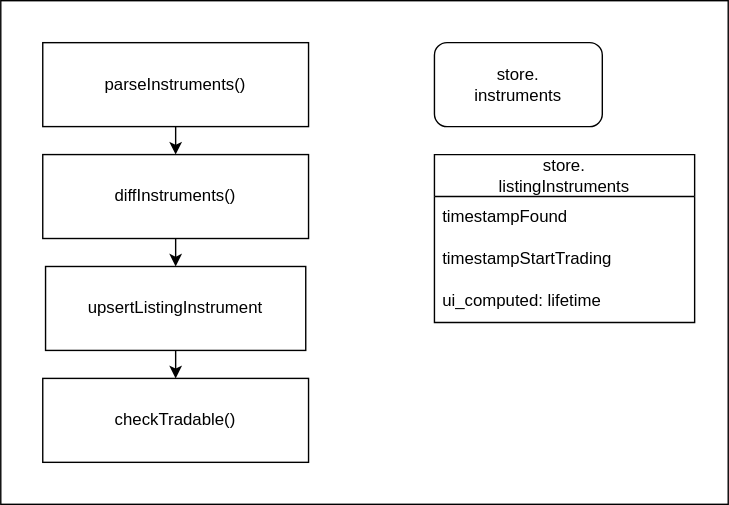
This is src/signals/newListing/newListing.drawio.svg from suenot/intuition7, a draw.io export, as it was before one commit. Source tidied: cells renumbered, new cells last; positions are measured from the earlier drawing's top-left corner, leaving out a move shared by most shapes. The source it was exported from:
```xml
<mxGraphModel>
  <root>
    <mxCell id="0" />
    <mxCell id="1" parent="0" />
    <mxCell id="2" style="whiteSpace=wrap;html=1;" parent="1" vertex="1">
      <mxGeometry width="520" height="360" as="geometry" />
    </mxCell>
    <mxCell id="3" style="edgeStyle=none;html=1;exitX=0.5;exitY=1;exitDx=0;exitDy=0;entryX=0.5;entryY=0;entryDx=0;entryDy=0;" parent="1" edge="1" source="4" target="7">
      <mxGeometry relative="1" as="geometry" />
    </mxCell>
    <mxCell id="4" value="parseInstruments()" style="rounded=0;whiteSpace=wrap;html=1;" parent="1" vertex="1">
      <mxGeometry x="30" y="30" width="190" height="60" as="geometry" />
    </mxCell>
    <mxCell id="5" value="store.&lt;br&gt;instruments" style="rounded=1;whiteSpace=wrap;html=1;" parent="1" vertex="1">
      <mxGeometry x="310" y="30" width="120" height="60" as="geometry" />
    </mxCell>
    <mxCell id="6" style="edgeStyle=none;html=1;exitX=0.5;exitY=1;exitDx=0;exitDy=0;entryX=0.5;entryY=0;entryDx=0;entryDy=0;" parent="1" edge="1" source="7" target="9">
      <mxGeometry relative="1" as="geometry" />
    </mxCell>
    <mxCell id="7" value="diffInstruments()" style="rounded=0;whiteSpace=wrap;html=1;" parent="1" vertex="1">
      <mxGeometry x="30" y="110" width="190" height="60" as="geometry" />
    </mxCell>
    <mxCell id="8" style="edgeStyle=none;html=1;exitX=0.5;exitY=1;exitDx=0;exitDy=0;entryX=0.5;entryY=0;entryDx=0;entryDy=0;" parent="1" edge="1" source="9" target="10">
      <mxGeometry relative="1" as="geometry" />
    </mxCell>
    <mxCell id="9" value="upsertListingInstrument" style="rounded=0;whiteSpace=wrap;html=1;" parent="1" vertex="1">
      <mxGeometry x="32" y="190" width="186" height="60" as="geometry" />
    </mxCell>
    <mxCell id="10" value="checkTradable()" style="rounded=0;whiteSpace=wrap;html=1;" parent="1" vertex="1">
      <mxGeometry x="30" y="270" width="190" height="60" as="geometry" />
    </mxCell>
    <mxCell id="11" value="store.&lt;br style=&quot;border-color: var(--border-color);&quot;&gt;listingInstruments" style="swimlane;fontStyle=0;horizontal=1;startSize=30;whiteSpace=wrap;html=1;" parent="1" vertex="1">
      <mxGeometry x="310" y="110" width="186" height="120" as="geometry" />
    </mxCell>
    <mxCell id="12" value="timestampFound" style="text;strokeColor=none;fillColor=none;align=left;verticalAlign=middle;spacingLeft=4;spacingRight=4;overflow=hidden;whiteSpace=wrap;html=1;" parent="11" vertex="1">
      <mxGeometry y="30" width="186" height="30" as="geometry" />
    </mxCell>
    <mxCell id="13" value="timestampStartTrading" style="text;strokeColor=none;fillColor=none;align=left;verticalAlign=middle;spacingLeft=4;spacingRight=4;overflow=hidden;whiteSpace=wrap;html=1;" parent="11" vertex="1">
      <mxGeometry y="60" width="186" height="30" as="geometry" />
    </mxCell>
    <mxCell id="14" value="ui_computed: lifetime" style="text;strokeColor=none;fillColor=none;align=left;verticalAlign=middle;spacingLeft=4;spacingRight=4;overflow=hidden;whiteSpace=wrap;html=1;" parent="11" vertex="1">
      <mxGeometry y="90" width="186" height="30" as="geometry" />
    </mxCell>
  </root>
</mxGraphModel>
```
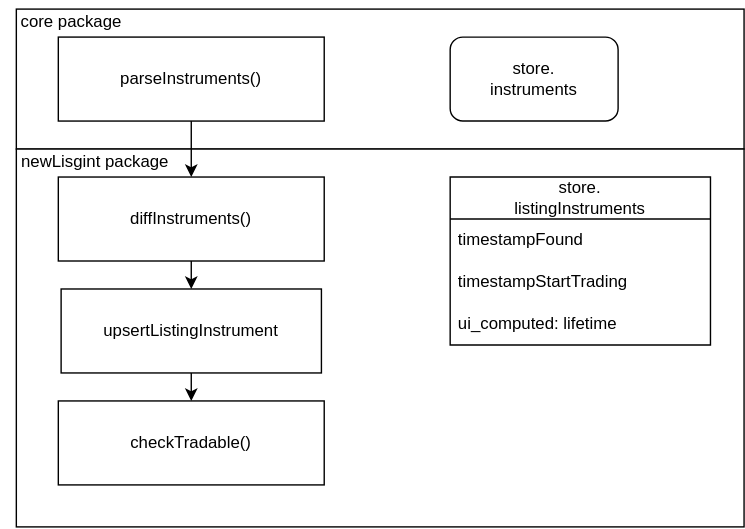
Later version of the same file.

Commit message:
Add new files for signals related to arbitrage and new listing

Change to the diagram source:
```diff
@@ -2,17 +2,20 @@
   <root>
     <mxCell id="0" />
     <mxCell id="1" parent="0" />
+    <mxCell id="15" style="whiteSpace=wrap;html=1;" parent="1" vertex="1">
+      <mxGeometry y="-10" width="520" height="100" as="geometry" />
+    </mxCell>
     <mxCell id="2" style="whiteSpace=wrap;html=1;" parent="1" vertex="1">
-      <mxGeometry width="520" height="360" as="geometry" />
+      <mxGeometry y="90" width="520" height="270" as="geometry" />
     </mxCell>
     <mxCell id="3" style="edgeStyle=none;html=1;exitX=0.5;exitY=1;exitDx=0;exitDy=0;entryX=0.5;entryY=0;entryDx=0;entryDy=0;" parent="1" edge="1" source="4" target="7">
       <mxGeometry relative="1" as="geometry" />
     </mxCell>
     <mxCell id="4" value="parseInstruments()" style="rounded=0;whiteSpace=wrap;html=1;" parent="1" vertex="1">
-      <mxGeometry x="30" y="30" width="190" height="60" as="geometry" />
+      <mxGeometry x="30" y="10" width="190" height="60" as="geometry" />
     </mxCell>
     <mxCell id="5" value="store.&lt;br&gt;instruments" style="rounded=1;whiteSpace=wrap;html=1;" parent="1" vertex="1">
-      <mxGeometry x="310" y="30" width="120" height="60" as="geometry" />
+      <mxGeometry x="310" y="10" width="120" height="60" as="geometry" />
     </mxCell>
     <mxCell id="6" style="edgeStyle=none;html=1;exitX=0.5;exitY=1;exitDx=0;exitDy=0;entryX=0.5;entryY=0;entryDx=0;entryDy=0;" parent="1" edge="1" source="7" target="9">
       <mxGeometry relative="1" as="geometry" />
@@ -41,5 +44,11 @@
     <mxCell id="14" value="ui_computed: lifetime" style="text;strokeColor=none;fillColor=none;align=left;verticalAlign=middle;spacingLeft=4;spacingRight=4;overflow=hidden;whiteSpace=wrap;html=1;" parent="11" vertex="1">
       <mxGeometry y="90" width="186" height="30" as="geometry" />
     </mxCell>
+    <mxCell id="16" value="core package" style="text;html=1;align=center;verticalAlign=middle;strokeColor=none;fillColor=none;" parent="1" vertex="1">
+      <mxGeometry x="-11" y="-16" width="100" height="30" as="geometry" />
+    </mxCell>
+    <mxCell id="17" value="newLisgint package" style="text;html=1;align=center;verticalAlign=middle;strokeColor=none;fillColor=none;" parent="1" vertex="1">
+      <mxGeometry x="-9" y="84" width="130" height="30" as="geometry" />
+    </mxCell>
   </root>
 </mxGraphModel>
```
